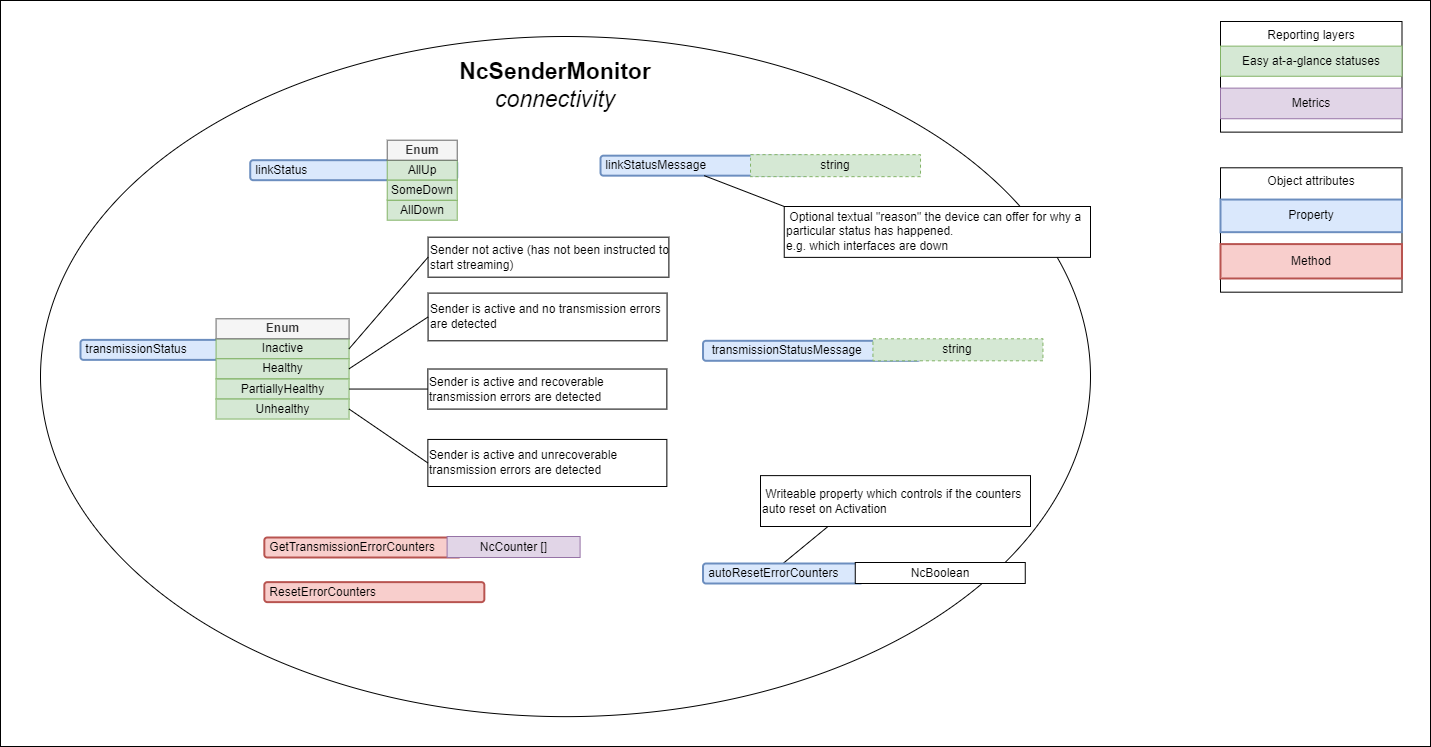
The draw.io diagram docs/images/sender-model-connectivity.png in AMWA-TV/bcp-008-02, before a commit. Source tidied: cells renumbered, new cells last; positions are measured from the earlier drawing's top-left corner, leaving out a move shared by most shapes.
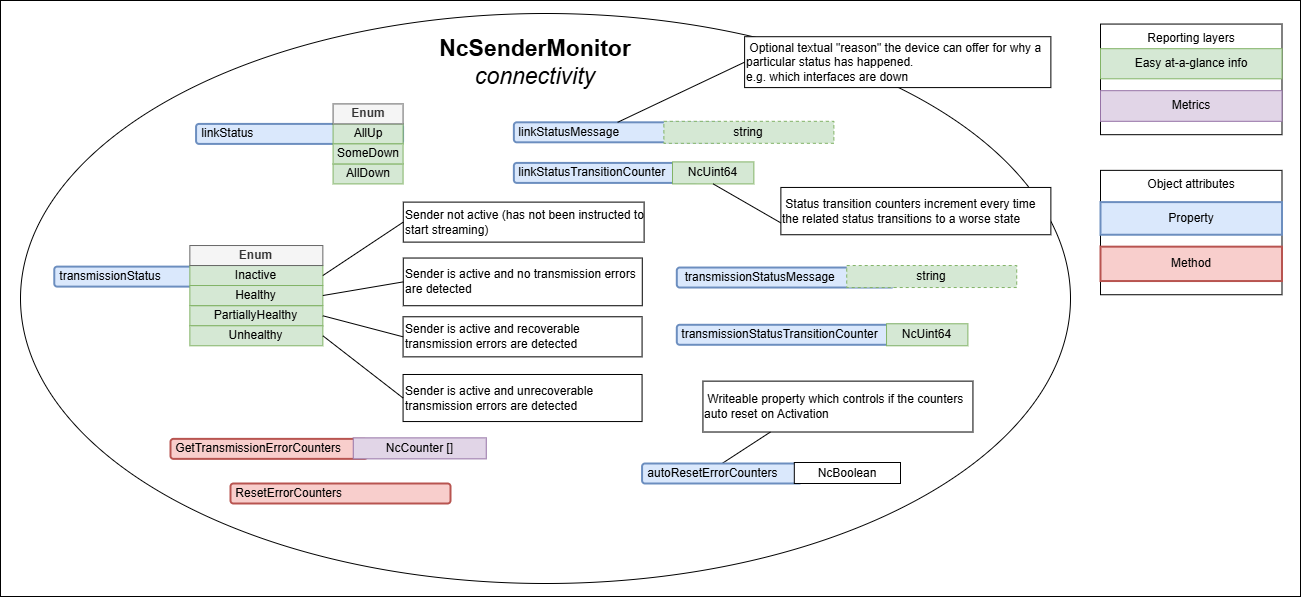
After the commit.

Commit message:
Add status transition counter properties

Change to the diagram source:
```diff
@@ -3,82 +3,82 @@
     <mxCell id="0" />
     <mxCell id="1" parent="0" />
     <mxCell id="2" style="rounded=0;whiteSpace=wrap;html=1;" parent="1" vertex="1">
-      <mxGeometry width="1430" height="746" as="geometry" />
+      <mxGeometry width="1300" height="596" as="geometry" />
     </mxCell>
     <mxCell id="3" style="ellipse;whiteSpace=wrap;html=1;" parent="1" vertex="1">
-      <mxGeometry x="40" y="36" width="1050" height="680.1" as="geometry" />
+      <mxGeometry x="20" y="13" width="1050" height="570" as="geometry" />
     </mxCell>
     <mxCell id="4" value="&amp;nbsp;&amp;nbsp;transmissionStatusMessage" style="rounded=1;whiteSpace=wrap;html=1;align=left;fillColor=#dae8fc;strokeColor=#6c8ebf;strokeWidth=2;" parent="1" vertex="1">
-      <mxGeometry x="702.5" y="340.3" width="217.5" height="20" as="geometry" />
+      <mxGeometry x="676.3" y="267" width="217.5" height="20" as="geometry" />
     </mxCell>
     <mxCell id="5" value="&amp;nbsp;transmissionStatus" style="rounded=1;whiteSpace=wrap;html=1;align=left;fillColor=#dae8fc;strokeColor=#6c8ebf;strokeWidth=2;" parent="1" vertex="1">
-      <mxGeometry x="80" y="339.4" width="198" height="20" as="geometry" />
+      <mxGeometry x="53.8" y="266.1" width="198" height="20" as="geometry" />
     </mxCell>
     <mxCell id="6" value="Reporting layers" style="rounded=0;whiteSpace=wrap;html=1;horizontal=1;verticalAlign=top;" parent="1" vertex="1">
-      <mxGeometry x="1220" y="21" width="181.5" height="110.6" as="geometry" />
+      <mxGeometry x="1100" y="23.6" width="181.5" height="110.6" as="geometry" />
     </mxCell>
-    <mxCell id="7" value="Easy at-a-glance statuses" style="rounded=0;whiteSpace=wrap;html=1;fillColor=#d5e8d4;strokeColor=#82b366;" parent="1" vertex="1">
-      <mxGeometry x="1220" y="45.6" width="181.5" height="30.1" as="geometry" />
+    <mxCell id="7" value="Easy at-a-glance info" style="rounded=0;whiteSpace=wrap;html=1;fillColor=#d5e8d4;strokeColor=#82b366;" parent="1" vertex="1">
+      <mxGeometry x="1100" y="48.2" width="181.5" height="30.1" as="geometry" />
     </mxCell>
     <mxCell id="8" value="Metrics" style="rounded=0;whiteSpace=wrap;html=1;fillColor=#e1d5e7;strokeColor=#9673a6;" parent="1" vertex="1">
-      <mxGeometry x="1220" y="87.6" width="181.5" height="30.6" as="geometry" />
+      <mxGeometry x="1100" y="90.2" width="181.5" height="30.6" as="geometry" />
     </mxCell>
     <mxCell id="9" value="Object attributes" style="rounded=0;whiteSpace=wrap;html=1;horizontal=1;verticalAlign=top;" parent="1" vertex="1">
-      <mxGeometry x="1220" y="167.3" width="181.5" height="124.4" as="geometry" />
+      <mxGeometry x="1100" y="169.9" width="181.5" height="124.4" as="geometry" />
     </mxCell>
     <mxCell id="10" value="Property" style="rounded=0;whiteSpace=wrap;html=1;fillColor=#dae8fc;strokeColor=#6c8ebf;align=center;strokeWidth=2;" parent="1" vertex="1">
-      <mxGeometry x="1220" y="199" width="181.5" height="32.6" as="geometry" />
+      <mxGeometry x="1100" y="201.6" width="181.5" height="32.6" as="geometry" />
     </mxCell>
     <mxCell id="11" value="Method" style="rounded=0;whiteSpace=wrap;html=1;fillColor=#f8cecc;strokeColor=#b85450;align=center;strokeWidth=2;" parent="1" vertex="1">
-      <mxGeometry x="1220" y="243.6" width="181.5" height="34.4" as="geometry" />
+      <mxGeometry x="1100" y="246.2" width="181.5" height="34.4" as="geometry" />
     </mxCell>
     <mxCell id="12" value="NcSenderMonitor&lt;div&gt;&lt;span style=&quot;font-weight: normal;&quot;&gt;&lt;i&gt;connectivity&lt;/i&gt;&lt;/span&gt;&lt;/div&gt;" style="text;html=1;strokeColor=none;fillColor=none;align=center;verticalAlign=middle;whiteSpace=wrap;rounded=0;strokeWidth=1;fontSize=23;fontStyle=1;" parent="1" vertex="1">
-      <mxGeometry x="431.2" y="51.9" width="247.5" height="65.6" as="geometry" />
+      <mxGeometry x="411.2" y="28.9" width="247.5" height="65.6" as="geometry" />
     </mxCell>
     <mxCell id="13" value="&amp;nbsp;linkStatus" style="rounded=1;whiteSpace=wrap;html=1;align=left;fillColor=#dae8fc;strokeColor=#6c8ebf;strokeWidth=2;" parent="1" vertex="1">
-      <mxGeometry x="249.7" y="159.7" width="207" height="20" as="geometry" />
+      <mxGeometry x="195.6" y="123.4" width="207" height="20" as="geometry" />
     </mxCell>
     <mxCell id="14" value="AllUp" style="rounded=0;whiteSpace=wrap;html=1;fillColor=#d5e8d4;strokeColor=#82b366;" parent="1" vertex="1">
-      <mxGeometry x="386.7" y="159.7" width="70" height="20" as="geometry" />
+      <mxGeometry x="332.6" y="123.4" width="70" height="20" as="geometry" />
     </mxCell>
     <mxCell id="15" value="AllDown" style="rounded=0;whiteSpace=wrap;html=1;fillColor=#d5e8d4;strokeColor=#82b366;" parent="1" vertex="1">
-      <mxGeometry x="386.7" y="199.7" width="70" height="20" as="geometry" />
+      <mxGeometry x="332.6" y="163.4" width="70" height="20" as="geometry" />
     </mxCell>
     <mxCell id="16" value="SomeDown" style="rounded=0;whiteSpace=wrap;html=1;fillColor=#d5e8d4;strokeColor=#82b366;" parent="1" vertex="1">
-      <mxGeometry x="386.7" y="179.7" width="70" height="20" as="geometry" />
+      <mxGeometry x="332.6" y="143.4" width="70" height="20" as="geometry" />
     </mxCell>
     <mxCell id="17" value="Enum" style="rounded=0;whiteSpace=wrap;html=1;fillColor=#f5f5f5;strokeColor=#666666;fontStyle=1;fontColor=#333333;" parent="1" vertex="1">
-      <mxGeometry x="386.7" y="139.7" width="70" height="20" as="geometry" />
+      <mxGeometry x="332.6" y="103.4" width="70" height="20" as="geometry" />
     </mxCell>
     <mxCell id="18" value="Inactive" style="rounded=0;whiteSpace=wrap;html=1;fillColor=#d5e8d4;strokeColor=#82b366;" parent="1" vertex="1">
-      <mxGeometry x="215.6" y="338.3" width="133" height="20" as="geometry" />
+      <mxGeometry x="189.3" y="265" width="133" height="20" as="geometry" />
     </mxCell>
     <mxCell id="19" value="Healthy" style="rounded=0;whiteSpace=wrap;html=1;fillColor=#d5e8d4;strokeColor=#82b366;" parent="1" vertex="1">
-      <mxGeometry x="215.6" y="358.3" width="133" height="20" as="geometry" />
+      <mxGeometry x="189.3" y="285" width="133" height="20" as="geometry" />
     </mxCell>
     <mxCell id="20" value="Enum" style="rounded=0;whiteSpace=wrap;html=1;fillColor=#f5f5f5;strokeColor=#666666;fontStyle=1;fontColor=#333333;" parent="1" vertex="1">
-      <mxGeometry x="215.6" y="318.3" width="133" height="20" as="geometry" />
+      <mxGeometry x="189.3" y="245" width="133" height="20" as="geometry" />
     </mxCell>
     <mxCell id="21" value="PartiallyHealthy" style="rounded=0;whiteSpace=wrap;html=1;fillColor=#d5e8d4;strokeColor=#82b366;" parent="1" vertex="1">
-      <mxGeometry x="215.6" y="378.6" width="133" height="20" as="geometry" />
+      <mxGeometry x="189.3" y="305.3" width="133" height="20" as="geometry" />
     </mxCell>
     <mxCell id="22" value="Unhealthy" style="rounded=0;whiteSpace=wrap;html=1;fillColor=#d5e8d4;strokeColor=#82b366;" parent="1" vertex="1">
-      <mxGeometry x="215.6" y="398.6" width="133" height="20" as="geometry" />
+      <mxGeometry x="189.3" y="325.3" width="133" height="20" as="geometry" />
     </mxCell>
     <mxCell id="23" value="Sender not active (has not been instructed to start streaming)" style="text;html=1;strokeColor=default;fillColor=default;align=left;verticalAlign=middle;whiteSpace=wrap;rounded=0;" parent="1" vertex="1">
-      <mxGeometry x="427.6" y="236.7" width="240.8" height="40" as="geometry" />
+      <mxGeometry x="402.8" y="201.6" width="240.8" height="40" as="geometry" />
     </mxCell>
     <mxCell id="24" style="endArrow=none;html=1;rounded=0;entryX=0;entryY=0.5;entryDx=0;entryDy=0;exitX=1;exitY=0.5;exitDx=0;exitDy=0;" parent="1" edge="1" source="18" target="23">
       <mxGeometry relative="1" as="geometry" />
     </mxCell>
     <mxCell id="25" value="Sender is active and unrecoverable transmission errors are detected" style="text;html=1;strokeColor=default;fillColor=default;align=left;verticalAlign=middle;whiteSpace=wrap;rounded=0;" parent="1" vertex="1">
-      <mxGeometry x="427.4" y="438.9" width="239" height="47.1" as="geometry" />
+      <mxGeometry x="402.6" y="374" width="239" height="47.1" as="geometry" />
     </mxCell>
     <mxCell id="26" value="Sender is active and no transmission errors are detected" style="text;html=1;strokeColor=default;fillColor=default;align=left;verticalAlign=middle;whiteSpace=wrap;rounded=0;" parent="1" vertex="1">
-      <mxGeometry x="427.6" y="292.6" width="239" height="47.7" as="geometry" />
+      <mxGeometry x="402.8" y="257.5" width="239" height="47.7" as="geometry" />
     </mxCell>
     <mxCell id="27" value="Sender is active and recoverable transmission errors are detected" style="text;html=1;strokeColor=default;fillColor=default;align=left;verticalAlign=middle;whiteSpace=wrap;rounded=0;" parent="1" vertex="1">
-      <mxGeometry x="427.4" y="368.5" width="239" height="40.1" as="geometry" />
+      <mxGeometry x="402.6" y="316.3" width="239" height="40.1" as="geometry" />
     </mxCell>
     <mxCell id="28" style="endArrow=none;html=1;rounded=0;entryX=0;entryY=0.5;entryDx=0;entryDy=0;exitX=1;exitY=0.5;exitDx=0;exitDy=0;" parent="1" edge="1" source="19" target="26">
       <mxGeometry relative="1" as="geometry" />
@@ -90,40 +90,58 @@
       <mxGeometry relative="1" as="geometry" />
     </mxCell>
     <mxCell id="31" value="&amp;nbsp;linkStatusMessage" style="rounded=1;whiteSpace=wrap;html=1;align=left;fillColor=#dae8fc;strokeColor=#6c8ebf;strokeWidth=2;" parent="1" vertex="1">
-      <mxGeometry x="600" y="155.2" width="207.5" height="20" as="geometry" />
+      <mxGeometry x="513.4" y="121.8" width="207.5" height="20" as="geometry" />
     </mxCell>
     <mxCell id="32" value="string" style="rounded=0;whiteSpace=wrap;html=1;dashed=1;fillColor=#d5e8d4;strokeColor=#82b366;" parent="1" vertex="1">
-      <mxGeometry x="750" y="154.2" width="170" height="22" as="geometry" />
+      <mxGeometry x="663.4" y="120.8" width="170" height="22" as="geometry" />
     </mxCell>
     <mxCell id="33" value="&lt;div&gt;&amp;nbsp;Optional textual &quot;reason&quot; the device can offer for why a particular status has happened.&lt;/div&gt;&lt;div&gt;e.g. which interfaces are down&lt;br&gt;&lt;/div&gt;" style="text;html=1;strokeColor=default;fillColor=default;align=left;verticalAlign=middle;whiteSpace=wrap;rounded=0;" parent="1" vertex="1">
-      <mxGeometry x="783.7" y="206" width="306.3" height="50.9" as="geometry" />
+      <mxGeometry x="744.1" y="36.2" width="306.3" height="50.9" as="geometry" />
     </mxCell>
-    <mxCell id="34" style="endArrow=none;html=1;rounded=0;entryX=0;entryY=0;entryDx=0;entryDy=0;exitX=0.5;exitY=1;exitDx=0;exitDy=0;" parent="1" edge="1" source="31" target="33">
+    <mxCell id="34" style="endArrow=none;html=1;rounded=0;entryX=0;entryY=0.5;entryDx=0;entryDy=0;exitX=0.5;exitY=0;exitDx=0;exitDy=0;" parent="1" edge="1" source="31" target="33">
       <mxGeometry relative="1" as="geometry" />
     </mxCell>
     <mxCell id="35" value="string" style="rounded=0;whiteSpace=wrap;html=1;dashed=1;fillColor=#d5e8d4;strokeColor=#82b366;" parent="1" vertex="1">
-      <mxGeometry x="872.4" y="338.3" width="170" height="22" as="geometry" />
+      <mxGeometry x="846.2" y="265" width="170" height="22" as="geometry" />
     </mxCell>
     <mxCell id="36" value="&amp;nbsp;Writeable property which controls if the counters auto reset on Activation" style="text;html=1;strokeColor=default;fillColor=default;align=left;verticalAlign=middle;whiteSpace=wrap;rounded=0;" parent="1" vertex="1">
-      <mxGeometry x="760" y="475.1" width="270" height="50.9" as="geometry" />
+      <mxGeometry x="702.4" y="380.6" width="270" height="50.9" as="geometry" />
     </mxCell>
     <mxCell id="37" style="endArrow=none;html=1;rounded=0;entryX=0.5;entryY=0;entryDx=0;entryDy=0;exitX=0.25;exitY=1;exitDx=0;exitDy=0;" parent="1" edge="1" source="36" target="41">
       <mxGeometry relative="1" as="geometry" />
     </mxCell>
     <mxCell id="38" value="&amp;nbsp;GetTransmissionErrorCounters" style="rounded=1;whiteSpace=wrap;html=1;align=left;fillColor=#f8cecc;strokeColor=#b85450;strokeWidth=2;" parent="1" vertex="1">
-      <mxGeometry x="263.8" y="537" width="197" height="20" as="geometry" />
+      <mxGeometry x="170" y="438.4" width="197" height="20" as="geometry" />
     </mxCell>
     <mxCell id="39" value="NcCounter []" style="rounded=0;whiteSpace=wrap;html=1;fillColor=#e1d5e7;strokeColor=#9673a6;" parent="1" vertex="1">
-      <mxGeometry x="446.6" y="536" width="133" height="21" as="geometry" />
+      <mxGeometry x="352.8" y="437.4" width="133" height="21" as="geometry" />
     </mxCell>
     <mxCell id="40" value="&amp;nbsp;ResetErrorCounters" style="rounded=1;whiteSpace=wrap;html=1;align=left;fillColor=#f8cecc;strokeColor=#b85450;strokeWidth=2;" parent="1" vertex="1">
-      <mxGeometry x="263.8" y="581.6" width="220" height="20" as="geometry" />
+      <mxGeometry x="230" y="483" width="220" height="20" as="geometry" />
     </mxCell>
     <mxCell id="41" value="&amp;nbsp;autoResetErrorCounters" style="rounded=1;whiteSpace=wrap;html=1;align=left;fillColor=#dae8fc;strokeColor=#6c8ebf;strokeWidth=2;" parent="1" vertex="1">
-      <mxGeometry x="702.5" y="563" width="160" height="20" as="geometry" />
+      <mxGeometry x="641.6" y="463" width="160" height="20" as="geometry" />
     </mxCell>
     <mxCell id="42" value="NcBoolean" style="rounded=0;whiteSpace=wrap;html=1;" parent="1" vertex="1">
-      <mxGeometry x="854.8" y="562" width="170" height="21" as="geometry" />
+      <mxGeometry x="793.8" y="462" width="106.2" height="21" as="geometry" />
     </mxCell>
+    <mxCell id="43" value="&amp;nbsp;transmissionStatusTransitionCounter" style="rounded=1;whiteSpace=wrap;html=1;align=left;fillColor=#dae8fc;strokeColor=#6c8ebf;strokeWidth=2;" parent="1" vertex="1">
+      <mxGeometry x="676.3" y="324.3" width="234.4" height="20" as="geometry" />
+    </mxCell>
+    <mxCell id="44" value="NcUint64" style="rounded=0;whiteSpace=wrap;html=1;fillColor=#d5e8d4;strokeColor=#82b366;" parent="1" vertex="1">
+      <mxGeometry x="886" y="323.3" width="81.4" height="22" as="geometry" />
+    </mxCell>
+    <mxCell id="45" value="&amp;nbsp;linkStatusTransitionCounter" style="rounded=1;whiteSpace=wrap;html=1;align=left;fillColor=#dae8fc;strokeColor=#6c8ebf;strokeWidth=2;" parent="1" vertex="1">
+      <mxGeometry x="513.4" y="162.4" width="183.3" height="20" as="geometry" />
+    </mxCell>
+    <mxCell id="46" value="NcUint64" style="rounded=0;whiteSpace=wrap;html=1;fillColor=#d5e8d4;strokeColor=#82b366;" parent="1" vertex="1">
+      <mxGeometry x="672" y="161.4" width="81.4" height="22" as="geometry" />
+    </mxCell>
+    <mxCell id="47" value="&amp;nbsp;Status transition counters increment every time the related status transitions to a worse state" style="text;html=1;strokeColor=default;fillColor=default;align=left;verticalAlign=middle;whiteSpace=wrap;rounded=0;" parent="1" vertex="1">
+      <mxGeometry x="780.4" y="187" width="270" height="47.3" as="geometry" />
+    </mxCell>
+    <mxCell id="48" style="endArrow=none;html=1;rounded=0;entryX=0.5;entryY=1;entryDx=0;entryDy=0;exitX=0;exitY=0.75;exitDx=0;exitDy=0;" parent="1" edge="1" source="47" target="46">
+      <mxGeometry relative="1" as="geometry" />
+    </mxCell>
   </root>
 </mxGraphModel>
```
